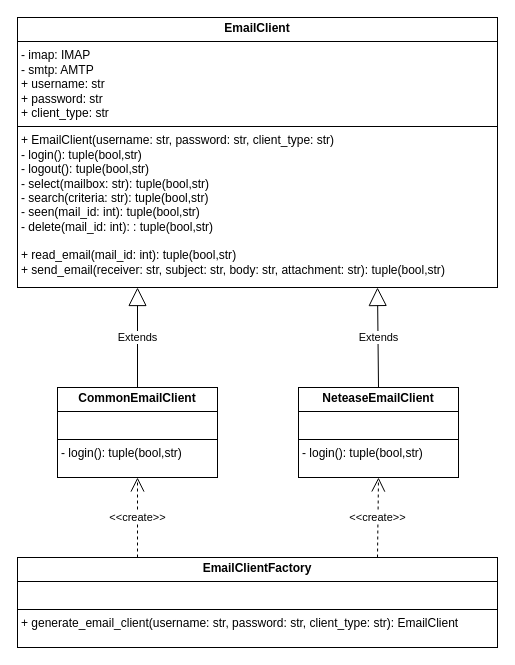
Earlier version of the draw.io diagram UMLs/UML.drawio (linsuiyuan/email-client). Source tidied: cells renumbered, new cells numbered last; positions are measured from the earlier drawing's top-left corner, leaving out a move shared by most shapes. Both pictures are drawn from the tidied source at 100%, with x=0, y=0 at pixel (17, 17).
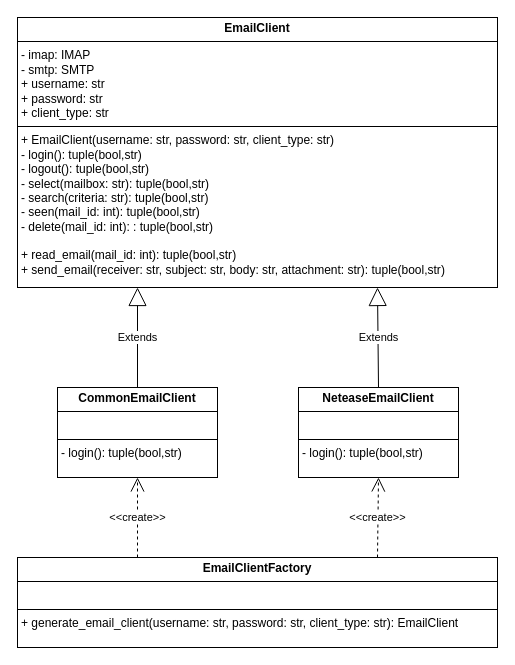
After the change.

Diff of the diagram source:
```diff
@@
 <mxGraphModel>
   <root>
     <mxCell id="0" />
     <mxCell id="1" parent="0" />
-    <mxCell id="2" value="&lt;p style=&quot;margin:0px;margin-top:4px;text-align:center;&quot;&gt;&lt;b&gt;EmailClient&lt;/b&gt;&lt;/p&gt;&lt;hr size=&quot;1&quot; style=&quot;border-style:solid;&quot;&gt;&lt;p style=&quot;margin:0px;margin-left:4px;&quot;&gt;- imap: IMAP&lt;/p&gt;&lt;p style=&quot;margin:0px;margin-left:4px;&quot;&gt;- smtp: AMTP&lt;/p&gt;&lt;p style=&quot;margin:0px;margin-left:4px;&quot;&gt;+&amp;nbsp;&lt;span style=&quot;background-color: initial;&quot;&gt;username: str&lt;/span&gt;&lt;/p&gt;&lt;p style=&quot;margin:0px;margin-left:4px;&quot;&gt;&lt;span style=&quot;background-color: initial;&quot;&gt;+ password: str&lt;/span&gt;&lt;/p&gt;&lt;p style=&quot;margin:0px;margin-left:4px;&quot;&gt;&lt;span style=&quot;background-color: initial;&quot;&gt;+ client_type: str&lt;/span&gt;&lt;/p&gt;&lt;hr size=&quot;1&quot; style=&quot;border-style:solid;&quot;&gt;&lt;p style=&quot;margin:0px;margin-left:4px;&quot;&gt;+ EmailClient(username: str, password: str, client_type: str)&lt;/p&gt;&lt;p style=&quot;margin:0px;margin-left:4px;&quot;&gt;- login(): tuple(&lt;span style=&quot;background-color: initial;&quot;&gt;bool,str&lt;/span&gt;&lt;span style=&quot;background-color: initial;&quot;&gt;)&lt;/span&gt;&lt;/p&gt;&lt;p style=&quot;margin:0px;margin-left:4px;&quot;&gt;- logout():&amp;nbsp;&lt;span style=&quot;background-color: initial;&quot;&gt;tuple(&lt;/span&gt;&lt;span style=&quot;background-color: initial;&quot;&gt;bool,str&lt;/span&gt;&lt;span style=&quot;background-color: initial;&quot;&gt;)&lt;/span&gt;&lt;/p&gt;&lt;p style=&quot;margin:0px;margin-left:4px;&quot;&gt;&lt;span style=&quot;background-color: initial;&quot;&gt;- select(mailbox: str)&lt;/span&gt;&lt;span style=&quot;background-color: initial;&quot;&gt;:&amp;nbsp;&lt;/span&gt;&lt;span style=&quot;background-color: initial;&quot;&gt;tuple(&lt;/span&gt;&lt;span style=&quot;background-color: initial;&quot;&gt;bool,str&lt;/span&gt;&lt;span style=&quot;background-color: initial;&quot;&gt;)&lt;/span&gt;&lt;/p&gt;&lt;p style=&quot;margin:0px;margin-left:4px;&quot;&gt;&lt;span style=&quot;background-color: initial;&quot;&gt;- search(criteria: str): tuple(bool,str)&lt;/span&gt;&lt;/p&gt;&lt;p style=&quot;margin:0px;margin-left:4px;&quot;&gt;&lt;span style=&quot;background-color: initial;&quot;&gt;- seen(mail_id: int)&lt;/span&gt;&lt;span style=&quot;background-color: initial;&quot;&gt;:&amp;nbsp;&lt;/span&gt;&lt;span style=&quot;background-color: initial;&quot;&gt;tuple(&lt;/span&gt;&lt;span style=&quot;background-color: initial;&quot;&gt;bool,str&lt;/span&gt;&lt;span style=&quot;background-color: initial;&quot;&gt;)&lt;/span&gt;&lt;/p&gt;&lt;p style=&quot;margin:0px;margin-left:4px;&quot;&gt;&lt;span style=&quot;background-color: initial;&quot;&gt;- delete(mail_id: int):&amp;nbsp;&lt;/span&gt;&lt;span style=&quot;background-color: initial;&quot;&gt;:&amp;nbsp;&lt;/span&gt;&lt;span style=&quot;background-color: initial;&quot;&gt;tuple(&lt;/span&gt;&lt;span style=&quot;background-color: initial;&quot;&gt;bool,str&lt;/span&gt;&lt;span style=&quot;background-color: initial;&quot;&gt;)&lt;/span&gt;&lt;/p&gt;&lt;p style=&quot;margin:0px;margin-left:4px;&quot;&gt;&lt;span style=&quot;background-color: initial;&quot;&gt;&lt;br&gt;&lt;/span&gt;&lt;/p&gt;&lt;p style=&quot;margin:0px;margin-left:4px;&quot;&gt;+ read_email(mail_id: int):&amp;nbsp;&lt;span style=&quot;background-color: initial;&quot;&gt;tuple(&lt;/span&gt;&lt;span style=&quot;background-color: initial;&quot;&gt;bool,str&lt;/span&gt;&lt;span style=&quot;background-color: initial;&quot;&gt;)&lt;/span&gt;&lt;/p&gt;&lt;p style=&quot;margin:0px;margin-left:4px;&quot;&gt;+ send_email(receiver: str, subject: str, body: str, attachment: str):&amp;nbsp;&lt;span style=&quot;background-color: initial;&quot;&gt;tuple(&lt;/span&gt;&lt;span style=&quot;background-color: initial;&quot;&gt;bool,str&lt;/span&gt;&lt;span style=&quot;background-color: initial;&quot;&gt;)&lt;/span&gt;&lt;/p&gt;" style="verticalAlign=top;align=left;overflow=fill;html=1;whiteSpace=wrap;" parent="1" vertex="1">
+    <mxCell id="2" value="&lt;p style=&quot;margin:0px;margin-top:4px;text-align:center;&quot;&gt;&lt;b&gt;EmailClient&lt;/b&gt;&lt;/p&gt;&lt;hr size=&quot;1&quot; style=&quot;border-style:solid;&quot;&gt;&lt;p style=&quot;margin:0px;margin-left:4px;&quot;&gt;- imap: IMAP&lt;/p&gt;&lt;p style=&quot;margin:0px;margin-left:4px;&quot;&gt;- smtp: SMTP&lt;/p&gt;&lt;p style=&quot;margin:0px;margin-left:4px;&quot;&gt;+&amp;nbsp;&lt;span style=&quot;background-color: initial;&quot;&gt;username: str&lt;/span&gt;&lt;/p&gt;&lt;p style=&quot;margin:0px;margin-left:4px;&quot;&gt;&lt;span style=&quot;background-color: initial;&quot;&gt;+ password: str&lt;/span&gt;&lt;/p&gt;&lt;p style=&quot;margin:0px;margin-left:4px;&quot;&gt;&lt;span style=&quot;background-color: initial;&quot;&gt;+ client_type: str&lt;/span&gt;&lt;/p&gt;&lt;hr size=&quot;1&quot; style=&quot;border-style:solid;&quot;&gt;&lt;p style=&quot;margin:0px;margin-left:4px;&quot;&gt;+ EmailClient(username: str, password: str, client_type: str)&lt;/p&gt;&lt;p style=&quot;margin:0px;margin-left:4px;&quot;&gt;- login(): tuple(&lt;span style=&quot;background-color: initial;&quot;&gt;bool,str&lt;/span&gt;&lt;span style=&quot;background-color: initial;&quot;&gt;)&lt;/span&gt;&lt;/p&gt;&lt;p style=&quot;margin:0px;margin-left:4px;&quot;&gt;- logout():&amp;nbsp;&lt;span style=&quot;background-color: initial;&quot;&gt;tuple(&lt;/span&gt;&lt;span style=&quot;background-color: initial;&quot;&gt;bool,str&lt;/span&gt;&lt;span style=&quot;background-color: initial;&quot;&gt;)&lt;/span&gt;&lt;/p&gt;&lt;p style=&quot;margin:0px;margin-left:4px;&quot;&gt;&lt;span style=&quot;background-color: initial;&quot;&gt;- select(mailbox: str)&lt;/span&gt;&lt;span style=&quot;background-color: initial;&quot;&gt;:&amp;nbsp;&lt;/span&gt;&lt;span style=&quot;background-color: initial;&quot;&gt;tuple(&lt;/span&gt;&lt;span style=&quot;background-color: initial;&quot;&gt;bool,str&lt;/span&gt;&lt;span style=&quot;background-color: initial;&quot;&gt;)&lt;/span&gt;&lt;/p&gt;&lt;p style=&quot;margin:0px;margin-left:4px;&quot;&gt;&lt;span style=&quot;background-color: initial;&quot;&gt;- search(criteria: str): tuple(bool,str)&lt;/span&gt;&lt;/p&gt;&lt;p style=&quot;margin:0px;margin-left:4px;&quot;&gt;&lt;span style=&quot;background-color: initial;&quot;&gt;- seen(mail_id: int)&lt;/span&gt;&lt;span style=&quot;background-color: initial;&quot;&gt;:&amp;nbsp;&lt;/span&gt;&lt;span style=&quot;background-color: initial;&quot;&gt;tuple(&lt;/span&gt;&lt;span style=&quot;background-color: initial;&quot;&gt;bool,str&lt;/span&gt;&lt;span style=&quot;background-color: initial;&quot;&gt;)&lt;/span&gt;&lt;/p&gt;&lt;p style=&quot;margin:0px;margin-left:4px;&quot;&gt;&lt;span style=&quot;background-color: initial;&quot;&gt;- delete(mail_id: int):&amp;nbsp;&lt;/span&gt;&lt;span style=&quot;background-color: initial;&quot;&gt;:&amp;nbsp;&lt;/span&gt;&lt;span style=&quot;background-color: initial;&quot;&gt;tuple(&lt;/span&gt;&lt;span style=&quot;background-color: initial;&quot;&gt;bool,str&lt;/span&gt;&lt;span style=&quot;background-color: initial;&quot;&gt;)&lt;/span&gt;&lt;/p&gt;&lt;p style=&quot;margin:0px;margin-left:4px;&quot;&gt;&lt;span style=&quot;background-color: initial;&quot;&gt;&lt;br&gt;&lt;/span&gt;&lt;/p&gt;&lt;p style=&quot;margin:0px;margin-left:4px;&quot;&gt;+ read_email(mail_id: int):&amp;nbsp;&lt;span style=&quot;background-color: initial;&quot;&gt;tuple(&lt;/span&gt;&lt;span style=&quot;background-color: initial;&quot;&gt;bool,str&lt;/span&gt;&lt;span style=&quot;background-color: initial;&quot;&gt;)&lt;/span&gt;&lt;/p&gt;&lt;p style=&quot;margin:0px;margin-left:4px;&quot;&gt;+ send_email(receiver: str, subject: str, body: str, attachment: str):&amp;nbsp;&lt;span style=&quot;background-color: initial;&quot;&gt;tuple(&lt;/span&gt;&lt;span style=&quot;background-color: initial;&quot;&gt;bool,str&lt;/span&gt;&lt;span style=&quot;background-color: initial;&quot;&gt;)&lt;/span&gt;&lt;/p&gt;" style="verticalAlign=top;align=left;overflow=fill;html=1;whiteSpace=wrap;" parent="1" vertex="1">
       <mxGeometry width="480" height="270" as="geometry" />
     </mxCell>
     <mxCell id="3" value="&lt;p style=&quot;margin:0px;margin-top:4px;text-align:center;&quot;&gt;&lt;b&gt;EmailClientFactory&lt;/b&gt;&lt;/p&gt;&lt;hr size=&quot;1&quot; style=&quot;border-style:solid;&quot;&gt;&lt;p style=&quot;margin:0px;margin-left:4px;&quot;&gt;&lt;br&gt;&lt;/p&gt;&lt;hr size=&quot;1&quot; style=&quot;border-style:solid;&quot;&gt;&lt;p style=&quot;margin:0px;margin-left:4px;&quot;&gt;+ generate_email_client(username: str, password: str, client_type: str): EmailClient&lt;/p&gt;" style="verticalAlign=top;align=left;overflow=fill;html=1;whiteSpace=wrap;points=[[0,0,0,0,0],[0,0.25,0,0,0],[0,0.5,0,0,0],[0,0.75,0,0,0],[0,1,0,0,0],[0.25,0,0,0,0],[0.25,1,0,0,0],[0.5,0,0,0,0],[0.5,1,0,0,0],[0.75,0,0,0,0],[0.75,1,0,0,0],[1,0,0,0,0],[1,0.25,0,0,0],[1,0.5,0,0,0],[1,0.75,0,0,0],[1,1,0,0,0]];" parent="1" vertex="1">
       <mxGeometry y="540" width="480" height="90" as="geometry" />
     </mxCell>
     <mxCell id="4" value="Extends" style="endArrow=block;endSize=16;endFill=0;html=1;rounded=0;entryX=0.25;entryY=1;entryDx=0;entryDy=0;exitX=0.5;exitY=0;exitDx=0;exitDy=0;" parent="1" edge="1" source="6" target="2">
       <mxGeometry relative="1" as="geometry" />
     </mxCell>
     <mxCell id="5" value="Extends" style="endArrow=block;endSize=16;endFill=0;html=1;rounded=0;exitX=0.5;exitY=0;exitDx=0;exitDy=0;entryX=0.75;entryY=1;entryDx=0;entryDy=0;" parent="1" edge="1" source="7" target="2">
       <mxGeometry relative="1" as="geometry" />
     </mxCell>
     <mxCell id="6" value="&lt;p style=&quot;margin:0px;margin-top:4px;text-align:center;&quot;&gt;&lt;span style=&quot;font-weight: 700;&quot;&gt;CommonEmailClient&lt;/span&gt;&lt;br&gt;&lt;/p&gt;&lt;hr size=&quot;1&quot; style=&quot;border-style:solid;&quot;&gt;&lt;p style=&quot;margin:0px;margin-left:4px;&quot;&gt;&lt;br&gt;&lt;/p&gt;&lt;hr size=&quot;1&quot; style=&quot;border-style:solid;&quot;&gt;&lt;p style=&quot;margin:0px;margin-left:4px;&quot;&gt;- login(): tuple(&lt;span style=&quot;background-color: initial;&quot;&gt;bool,str&lt;/span&gt;&lt;span style=&quot;background-color: initial;&quot;&gt;)&lt;/span&gt;&lt;br&gt;&lt;/p&gt;" style="verticalAlign=top;align=left;overflow=fill;html=1;whiteSpace=wrap;" parent="1" vertex="1">
       <mxGeometry x="40" y="370" width="160" height="90" as="geometry" />
     </mxCell>
     <mxCell id="7" value="&lt;p style=&quot;margin:0px;margin-top:4px;text-align:center;&quot;&gt;&lt;span style=&quot;font-weight: 700;&quot;&gt;NeteaseEmailClient&lt;/span&gt;&lt;br&gt;&lt;/p&gt;&lt;hr size=&quot;1&quot; style=&quot;border-style:solid;&quot;&gt;&lt;p style=&quot;margin:0px;margin-left:4px;&quot;&gt;&lt;br&gt;&lt;/p&gt;&lt;hr size=&quot;1&quot; style=&quot;border-style:solid;&quot;&gt;&lt;p style=&quot;margin:0px;margin-left:4px;&quot;&gt;- login(): tuple(&lt;span style=&quot;background-color: initial;&quot;&gt;bool,str&lt;/span&gt;&lt;span style=&quot;background-color: initial;&quot;&gt;)&lt;/span&gt;&lt;br&gt;&lt;/p&gt;" style="verticalAlign=top;align=left;overflow=fill;html=1;whiteSpace=wrap;points=[[0,0,0,0,0],[0,0.25,0,0,0],[0,0.5,0,0,0],[0,0.75,0,0,0],[0,1,0,0,0],[0.25,0,0,0,0],[0.25,1,0,0,0],[0.5,0,0,0,0],[0.5,1,0,0,0],[0.75,0,0,0,0],[0.75,1,0,0,0],[1,0,0,0,0],[1,0.25,0,0,0],[1,0.5,0,0,0],[1,0.75,0,0,0],[1,1,0,0,0]];" parent="1" vertex="1">
       <mxGeometry x="281" y="370" width="160" height="90" as="geometry" />
     </mxCell>
     <mxCell id="8" value="&amp;lt;&amp;lt;create&amp;gt;&amp;gt;" style="endArrow=open;endSize=12;dashed=1;html=1;rounded=0;entryX=0.5;entryY=1;entryDx=0;entryDy=0;exitX=0.25;exitY=0;exitDx=0;exitDy=0;exitPerimeter=0;" parent="1" edge="1" source="3" target="6">
       <mxGeometry relative="1" as="geometry" />
     </mxCell>
     <mxCell id="9" value="&amp;lt;&amp;lt;create&amp;gt;&amp;gt;" style="endArrow=open;endSize=12;dashed=1;html=1;rounded=0;entryX=0.5;entryY=1;entryDx=0;entryDy=0;exitX=0.75;exitY=0;exitDx=0;exitDy=0;exitPerimeter=0;" parent="1" edge="1" source="3" target="7">
       <mxGeometry relative="1" as="geometry" />
     </mxCell>
   </root>
 </mxGraphModel>
```
